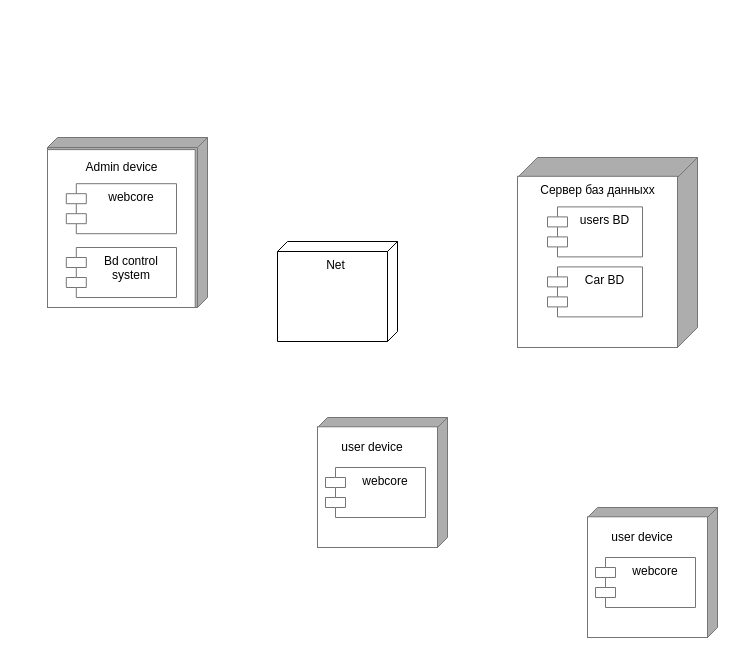
This is num7.drawio from Deopster/Mirea, a draw.io file, before an edit. Source tidied: cells renumbered, new cells numbered last; positions are measured from the earlier drawing's top-left corner, leaving out a move shared by most shapes. Both pictures are drawn from the tidied source at 100%, with x=0, y=0 at pixel (47, 137).
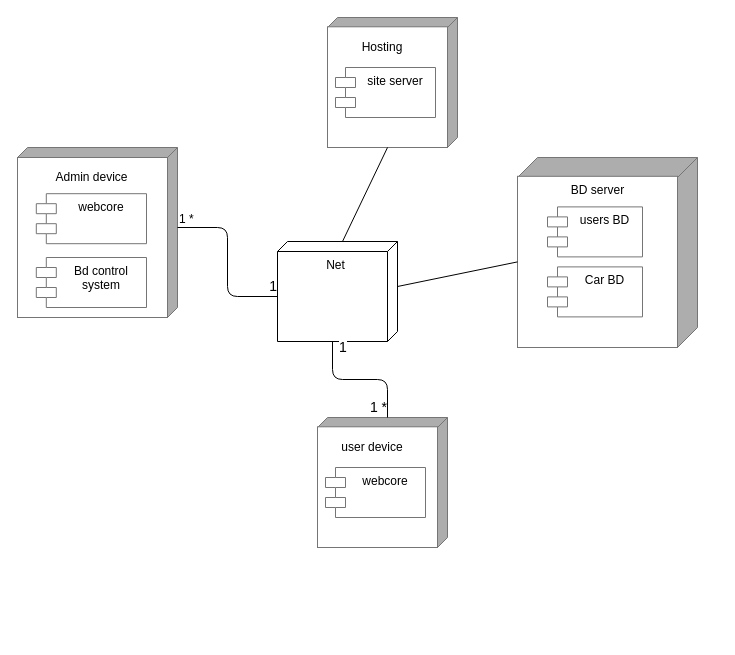
The same diagram, later.

Unchanged cells that the change refers to:
```xml
<mxCell id="2" style="verticalAlign=top;align=left;shape=cube;size=20;direction=south;fontStyle=0;html=1;boundedLbl=1;spacingLeft=5;strokeColor=#757575;fillColor=#ADADAD;" parent="1" vertex="1">
  <mxGeometry x="470" y="20" width="180" height="190" as="geometry" />
</mxCell>
<mxCell id="3" value="Net" style="verticalAlign=top;align=center;shape=cube;size=10;direction=south;html=1;boundedLbl=1;spacingLeft=5;" parent="2" vertex="1">
  <mxGeometry width="120" height="100" relative="1" as="geometry">
    <mxPoint x="-240" y="84" as="offset" />
  </mxGeometry>
</mxCell>
<mxCell id="4" style="rounded=0;whiteSpace=wrap;html=1;strokeColor=#757575;fillColor=#FFFFFF;" parent="2" vertex="1">
  <mxGeometry y="18.8" width="160" height="171.2" as="geometry" />
</mxCell>
<mxCell id="9" style="verticalAlign=top;align=center;shape=cube;size=10;direction=south;fontStyle=0;html=1;boundedLbl=1;spacingLeft=5;strokeColor=#757575;fillColor=#ADADAD;" parent="8" vertex="1">
  <mxGeometry width="130" height="130" as="geometry" />
</mxCell>
<mxCell id="14" style="verticalAlign=top;align=center;shape=cube;size=10;direction=south;fontStyle=0;html=1;boundedLbl=1;spacingLeft=5;strokeColor=#757575;fillColor=#ADADAD;" parent="13" vertex="1">
  <mxGeometry width="160" height="170" as="geometry" />
</mxCell>
<mxCell id="21" style="rounded=0;whiteSpace=wrap;html=1;strokeColor=#757575;fillColor=#FFFFFF;" parent="19" vertex="1">
  <mxGeometry y="9.3" width="120" height="120.7" as="geometry" />
</mxCell>
```

Change to the diagram source:
```diff
@@
-    <mxCell id="5" value="Сервер баз данныхх" style="text;html=1;strokeColor=none;fillColor=none;align=center;verticalAlign=middle;whiteSpace=wrap;rounded=0;" parent="2" vertex="1">
+    <mxCell id="5" value="BD server" style="text;html=1;strokeColor=none;fillColor=none;align=center;verticalAlign=middle;whiteSpace=wrap;rounded=0;" parent="2" vertex="1">
       <mxGeometry x="17.7" y="18.8" width="124.6" height="29.2" as="geometry" />
     </mxCell>
@@
+    <mxCell id="24" style="endArrow=none;html=1;exitX=0;exitY=0.5;exitDx=0;exitDy=0;entryX=0;entryY=0;entryDx=45;entryDy=0;entryPerimeter=0;" parent="2" edge="1" source="4" target="3">
+      <mxGeometry relative="1" as="geometry" />
+    </mxCell>
@@
     <mxCell id="13" style="group;" parent="1" vertex="1">
-      <mxGeometry width="160" height="170" as="geometry" />
+      <mxGeometry x="-30" y="10" width="160" height="170" as="geometry" />
     </mxCell>
@@
     <mxCell id="15" style="rounded=0;whiteSpace=wrap;html=1;strokeColor=#757575;fillColor=#FFFFFF;" parent="13" vertex="1">
-      <mxGeometry y="12.1" width="147.7" height="157.9" as="geometry" />
+      <mxGeometry y="10" width="150" height="160" as="geometry" />
     </mxCell>
@@
     <mxCell id="19" style="group;" parent="1" vertex="1">
-      <mxGeometry x="540" y="370" width="130" height="130" as="geometry" />
+      <mxGeometry x="280" y="-120" width="130" height="130" as="geometry" />
     </mxCell>
@@
-    <mxCell id="22" value="user device" style="text;html=1;strokeColor=none;fillColor=none;align=center;verticalAlign=middle;whiteSpace=wrap;rounded=0;" parent="19" vertex="1">
+    <mxCell id="22" value="Hosting" style="text;html=1;strokeColor=none;fillColor=none;align=center;verticalAlign=middle;whiteSpace=wrap;rounded=0;" parent="19" vertex="1">
       <mxGeometry x="20" y="20" width="70" height="20" as="geometry" />
     </mxCell>
-    <mxCell id="23" value="webcore" style="shape=module;align=left;spacingLeft=20;align=center;verticalAlign=top;strokeColor=#757575;fillColor=#FFFFFF;" parent="19" vertex="1">
+    <mxCell id="23" value="site server" style="shape=module;align=left;spacingLeft=20;align=center;verticalAlign=top;strokeColor=#757575;fillColor=#FFFFFF;" parent="19" vertex="1">
       <mxGeometry x="8" y="50" width="100" height="50" as="geometry" />
     </mxCell>
+    <mxCell id="25" style="endArrow=none;html=1;exitX=0.5;exitY=1;exitDx=0;exitDy=0;entryX=0;entryY=0;entryDx=0;entryDy=55;entryPerimeter=0;" parent="1" edge="1" source="21" target="3">
+      <mxGeometry relative="1" as="geometry" />
+    </mxCell>
+    <mxCell id="26" style="endArrow=none;html=1;edgeStyle=orthogonalEdgeStyle;exitX=0;exitY=0;exitDx=100;exitDy=65;exitPerimeter=0;entryX=0;entryY=0;entryDx=0;entryDy=60;entryPerimeter=0;" parent="1" edge="1" source="3" target="9">
+      <mxGeometry relative="1" as="geometry" />
+    </mxCell>
+    <mxCell id="27" value="&lt;font style=&quot;font-size: 14px&quot;&gt;1&lt;/font&gt;" style="edgeLabel;html=1;align=left;verticalAlign=bottom;" parent="26" vertex="1">
+      <mxGeometry x="-1" relative="1" as="geometry">
+        <mxPoint x="5" y="16" as="offset" />
+      </mxGeometry>
+    </mxCell>
+    <mxCell id="28" value="&lt;font style=&quot;font-size: 14px&quot;&gt;1 *&lt;/font&gt;" style="edgeLabel;html=1;align=right;verticalAlign=bottom;" parent="26" vertex="1">
+      <mxGeometry x="1" relative="1" as="geometry" />
+    </mxCell>
+    <mxCell id="29" style="endArrow=none;html=1;edgeStyle=orthogonalEdgeStyle;exitX=0;exitY=0;exitDx=80;exitDy=0;exitPerimeter=0;entryX=0;entryY=0;entryDx=55;entryDy=120;entryPerimeter=0;" parent="1" edge="1" source="14" target="3">
+      <mxGeometry relative="1" as="geometry" />
+    </mxCell>
+    <mxCell id="30" value="&lt;font style=&quot;font-size: 12px&quot;&gt;1 *&lt;/font&gt;" style="edgeLabel;html=1;align=left;verticalAlign=bottom;" parent="29" vertex="1">
+      <mxGeometry x="-1" relative="1" as="geometry" />
+    </mxCell>
+    <mxCell id="31" value="&lt;font style=&quot;font-size: 14px&quot;&gt;1&lt;/font&gt;" style="edgeLabel;html=1;align=right;verticalAlign=bottom;" parent="29" vertex="1">
+      <mxGeometry x="1" relative="1" as="geometry" />
+    </mxCell>
```
